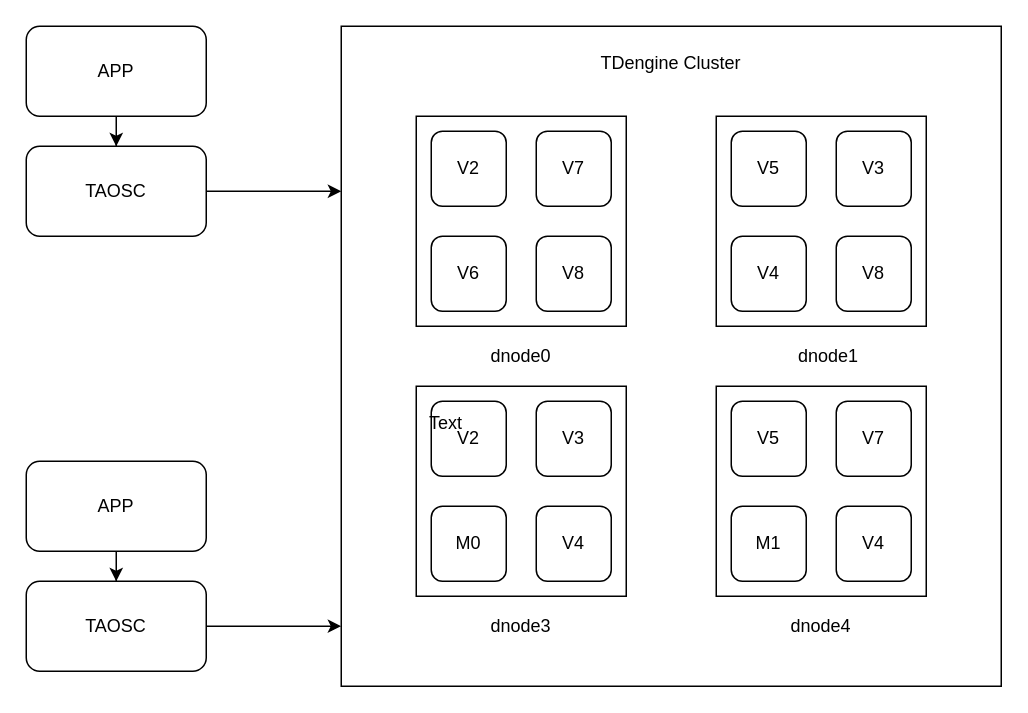
Before: 管理系统/TDengine.drawio in Diend-7/-, a draw.io diagram. Source tidied: cells renumbered, new cells numbered last; positions are measured from the earlier drawing's top-left corner, leaving out a move shared by most shapes. Both pictures are drawn from the tidied source at 150%, with x=0, y=0 at pixel (26, 26).
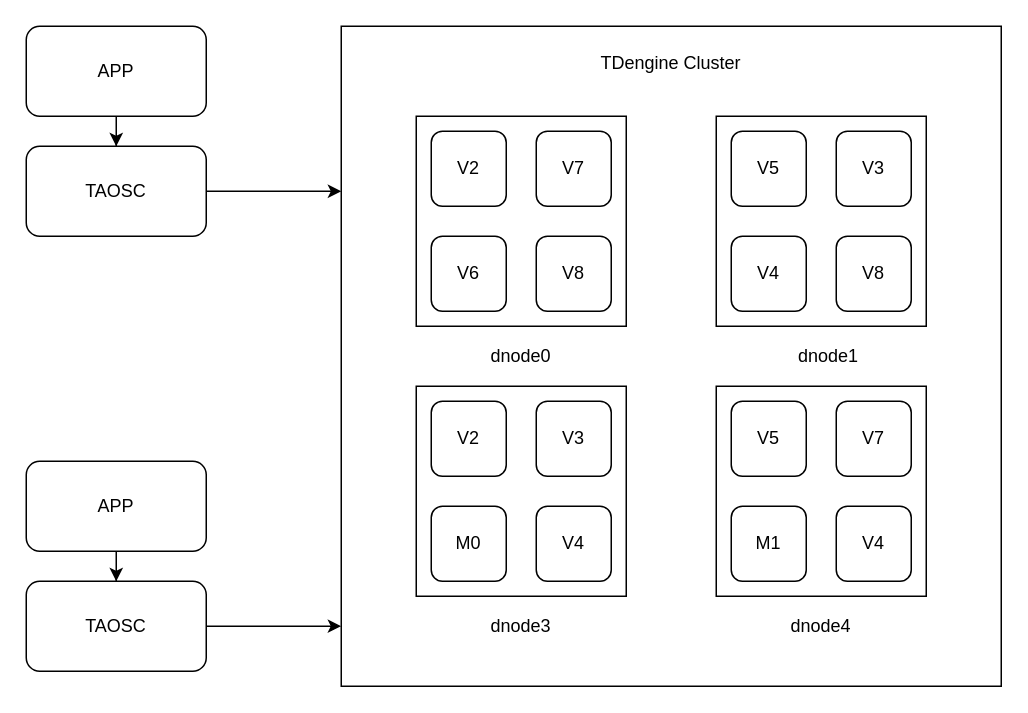
After the change.

Change to the diagram source:
```diff
@@
-    <mxCell id="31" value="Text" style="text;html=1;align=center;verticalAlign=middle;whiteSpace=wrap;rounded=0;" parent="1" vertex="1">
-      <mxGeometry x="250" y="250" width="60" height="30" as="geometry" />
-    </mxCell>
```
